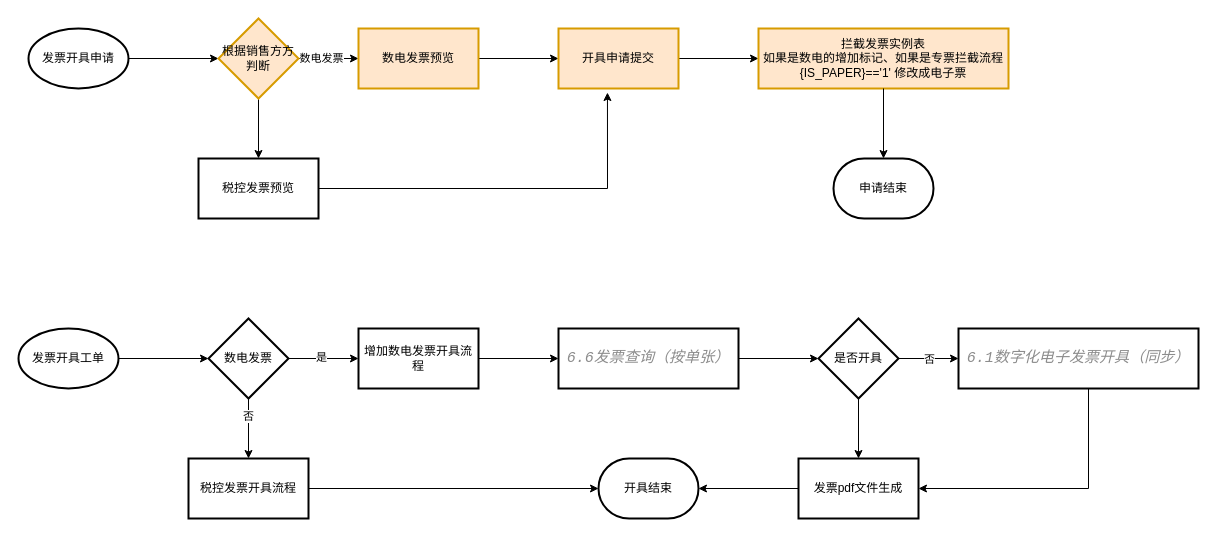
Earlier version of the draw.io diagram 数电发票改造方案.drawio (315944211/doc). Source tidied: cells renumbered, new cells numbered last; positions are measured from the earlier drawing's top-left corner, leaving out a move shared by most shapes. Both pictures are drawn from the tidied source at 100%, with x=0, y=0 at pixel (18, 18).
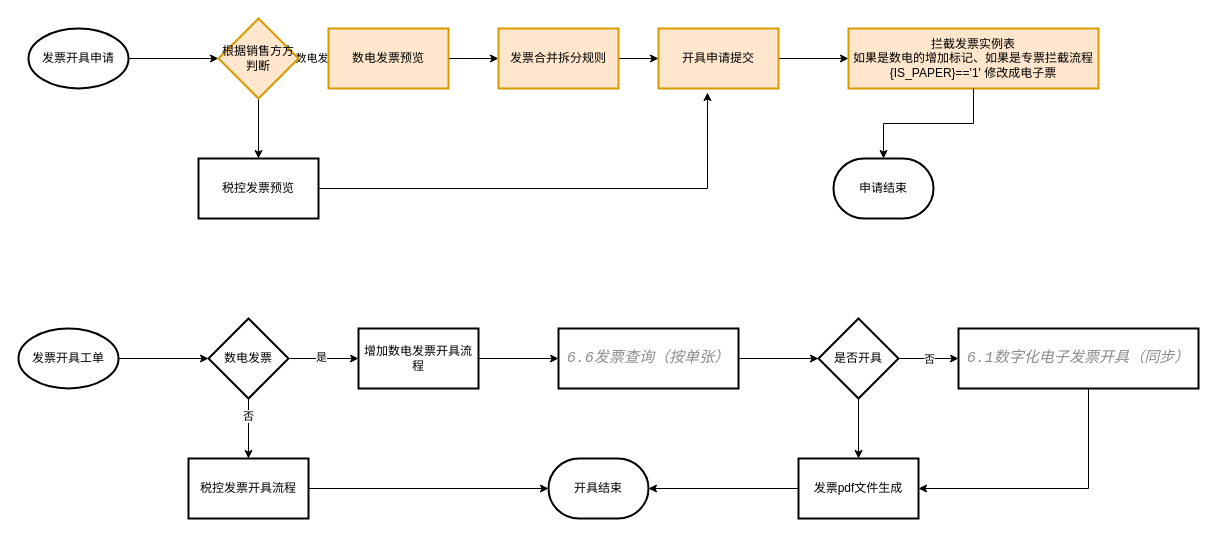
Above is the later version.

Commit message (it also covers changes not shown here):
更新数电发票改造方案.drawio

The edit, as a diff of the source:
```diff
@@
-    <mxCell id="8" style="edgeStyle=orthogonalEdgeStyle;rounded=0;jettySize=auto;html=1;" parent="1" edge="1" source="9" target="12">
-      <mxGeometry relative="1" as="geometry" />
-    </mxCell>
+    <mxCell id="39" style="edgeStyle=orthogonalEdgeStyle;rounded=0;jettySize=auto;html=1;" parent="1" edge="1" source="9" target="41">
+      <mxGeometry relative="1" as="geometry" />
+    </mxCell>
     <mxCell id="9" value="数电发票预览" style="whiteSpace=wrap;html=1;strokeWidth=2;fillColor=#ffe6cc;strokeColor=#d79b00;" parent="1" vertex="1">
-      <mxGeometry x="340" y="10" width="120" height="60" as="geometry" />
+      <mxGeometry x="310" y="10" width="120" height="60" as="geometry" />
     </mxCell>
@@
     <mxCell id="12" value="开具申请提交" style="whiteSpace=wrap;html=1;strokeWidth=2;fillColor=#ffe6cc;strokeColor=#d79b00;" parent="1" vertex="1">
-      <mxGeometry x="540" y="10" width="120" height="60" as="geometry" />
+      <mxGeometry x="640" y="10" width="120" height="60" as="geometry" />
     </mxCell>
     <mxCell id="13" value="拦截发票实例表&lt;div&gt;如果是数电的增加标记、如果是专票拦截流程{IS_PAPER}=='1' 修改成电子票&lt;/div&gt;" style="whiteSpace=wrap;html=1;strokeWidth=2;fillColor=#ffe6cc;strokeColor=#d79b00;" parent="1" vertex="1">
-      <mxGeometry x="740" y="10" width="250" height="60" as="geometry" />
+      <mxGeometry x="830" y="10" width="250" height="60" as="geometry" />
     </mxCell>
@@
     <mxCell id="37" value="开具结束" style="strokeWidth=2;html=1;shape=mxgraph.flowchart.terminator;whiteSpace=wrap;" parent="1" vertex="1">
-      <mxGeometry x="580" y="440" width="100" height="60" as="geometry" />
+      <mxGeometry x="530" y="440" width="100" height="60" as="geometry" />
     </mxCell>
@@
+    <mxCell id="40" style="edgeStyle=orthogonalEdgeStyle;rounded=0;jettySize=auto;html=1;" parent="1" edge="1" source="41" target="12">
+      <mxGeometry relative="1" as="geometry" />
+    </mxCell>
+    <mxCell id="41" value="发票合并拆分规则" style="whiteSpace=wrap;html=1;fillColor=#ffe6cc;strokeColor=#d79b00;strokeWidth=2;" parent="1" vertex="1">
+      <mxGeometry x="480" y="10" width="120" height="60" as="geometry" />
+    </mxCell>
```
